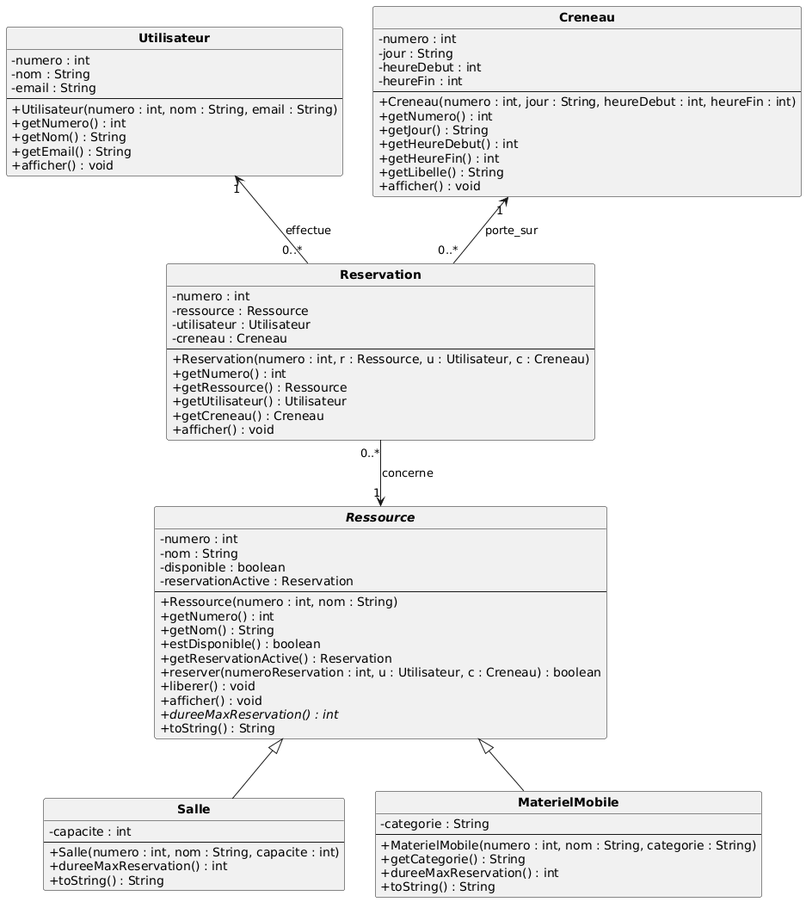
Above: docs/Diagrammes de classes.png in Ed-sudo-collab/poo-RESFLOW-groupe2 (PlantUML), before the change.
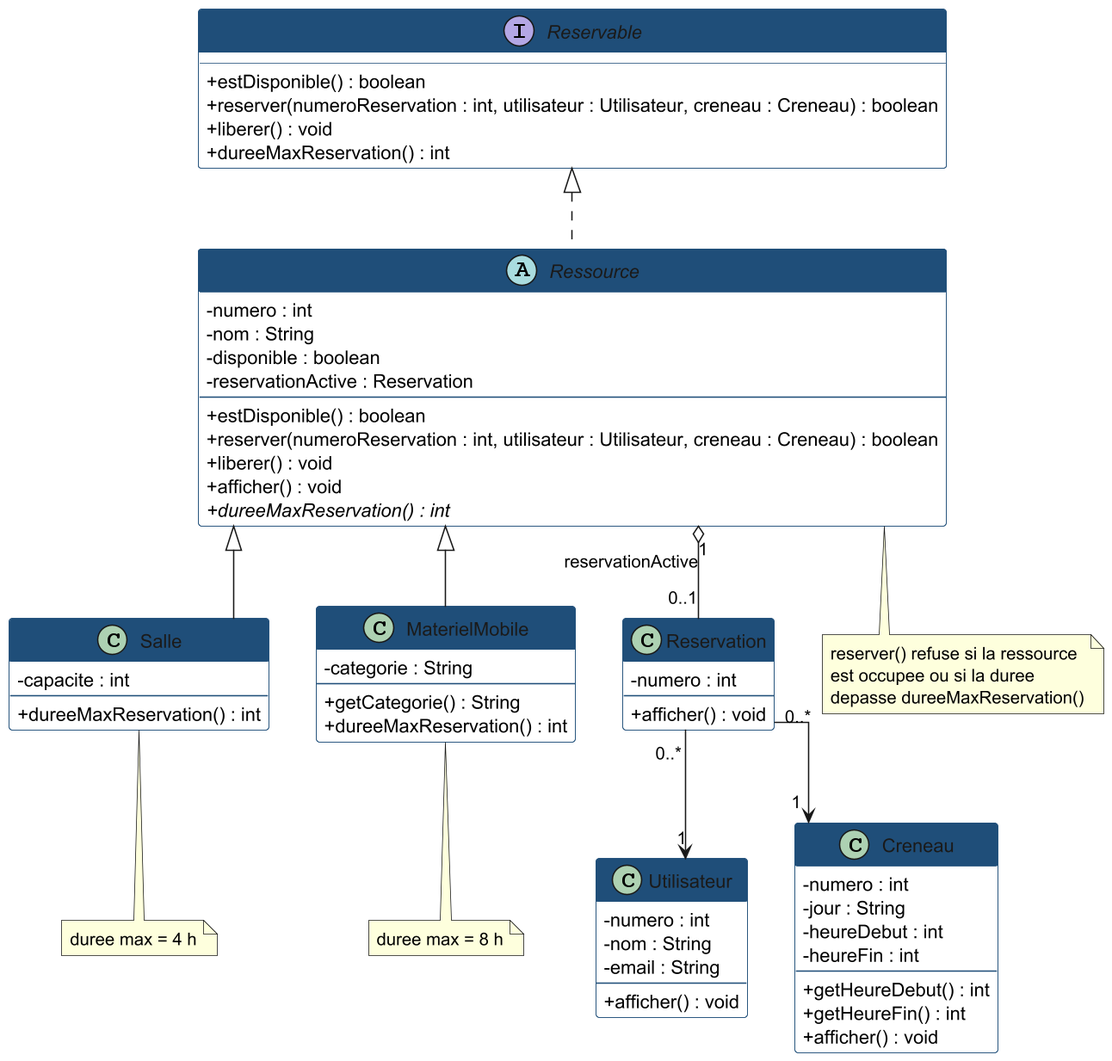
Later version of the same file.

Commit message:
Met a jour le diagramme de classes avec Reservable

Change to the diagram source:
```diff
@@ -1,7 +1,34 @@
 @startuml
+skinparam backgroundColor white
+skinparam shadowing false
 skinparam classAttributeIconSize 0
-skinparam classFontStyle bold
-hide circle
+skinparam linetype ortho
+skinparam dpi 150
+
+skinparam interface {
+  BackgroundColor #E8F0FE
+  BorderColor #1F4E79
+  FontColor #1F4E79
+}
+
+skinparam abstract {
+  BackgroundColor #FFF8E8
+  BorderColor #1F4E79
+}
+
+skinparam class {
+  BackgroundColor #FFFFFF
+  BorderColor #1F4E79
+  HeaderBackgroundColor #1F4E79
+  FontColor #1A1A1A
+}
+
+interface Reservable {
+  + estDisponible() : boolean
+  + reserver(numeroReservation : int, utilisateur : Utilisateur, creneau : Creneau) : boolean
+  + liberer() : void
+  + dureeMaxReservation() : int
+}
 
 abstract class Ressource {
   - numero : int
@@ -9,33 +36,24 @@
   - disponible : boolean
   - reservationActive : Reservation
   --
-  + Ressource(numero : int, nom : String)
-  + getNumero() : int
-  + getNom() : String
   + estDisponible() : boolean
-  + getReservationActive() : Reservation
-  + reserver(numeroReservation : int, u : Utilisateur, c : Creneau) : boolean
+  + reserver(numeroReservation : int, utilisateur : Utilisateur, creneau : Creneau) : boolean
   + liberer() : void
   + afficher() : void
   + {abstract} dureeMaxReservation() : int
-  + toString() : String
 }
 
 class Salle {
   - capacite : int
   --
-  + Salle(numero : int, nom : String, capacite : int)
   + dureeMaxReservation() : int
-  + toString() : String
 }
 
 class MaterielMobile {
   - categorie : String
   --
-  + MaterielMobile(numero : int, nom : String, categorie : String)
   + getCategorie() : String
   + dureeMaxReservation() : int
-  + toString() : String
 }
 
 class Utilisateur {
@@ -43,10 +61,6 @@
   - nom : String
   - email : String
   --
-  + Utilisateur(numero : int, nom : String, email : String)
-  + getNumero() : int
-  + getNom() : String
-  + getEmail() : String
   + afficher() : void
 }
 
@@ -56,33 +70,37 @@
   - heureDebut : int
   - heureFin : int
   --
-  + Creneau(numero : int, jour : String, heureDebut : int, heureFin : int)
-  + getNumero() : int
-  + getJour() : String
   + getHeureDebut() : int
   + getHeureFin() : int
-  + getLibelle() : String
   + afficher() : void
 }
 
 class Reservation {
   - numero : int
-  - ressource : Ressource
-  - utilisateur : Utilisateur
-  - creneau : Creneau
   --
-  + Reservation(numero : int, r : Ressource, u : Utilisateur, c : Creneau)
-  + getNumero() : int
-  + getRessource() : Ressource
-  + getUtilisateur() : Utilisateur
-  + getCreneau() : Creneau
   + afficher() : void
 }
 
+Reservable <|.. Ressource
 Ressource <|-- Salle
 Ressource <|-- MaterielMobile
 
-Utilisateur "1" <-- "0..*" Reservation : effectue
-Reservation "0..*" --> "1" Ressource : concerne
-Creneau "1" <-- "0..*" Reservation : porte_sur
+Ressource "1" o-- "0..1" Reservation : reservationActive
+Reservation "0..*" --> "1" Utilisateur
+Reservation "0..*" --> "1" Creneau
+
+note bottom of Salle
+  duree max = 4 h
+end note
+
+note bottom of MaterielMobile
+  duree max = 8 h
+end note
+
+note bottom of Ressource
+  reserver() refuse si la ressource
+  est occupee ou si la duree
+  depasse dureeMaxReservation()
+end note
+
 @enduml
```
